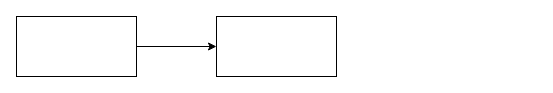
This is 未命名绘图.drawio from byte110/mypic, a draw.io file, before an edit. Source tidied: cells renumbered, new cells numbered last; positions are measured from the earlier drawing's top-left corner, leaving out a move shared by most shapes. Both pictures are drawn from the tidied source at 100%, with x=0, y=0 at pixel (16, 16).
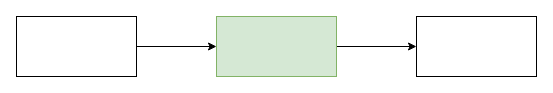
After the change.

Commit message:
更新未命名绘图.drawio

Change to the diagram source:
```diff
@@
 <mxGraphModel>
   <root>
     <mxCell id="0" />
     <mxCell id="1" parent="0" />
     <mxCell id="2" style="edgeStyle=orthogonalEdgeStyle;rounded=0;jettySize=auto;html=1;" parent="1" edge="1" source="3" target="4">
       <mxGeometry relative="1" as="geometry" />
     </mxCell>
     <mxCell id="3" style="rounded=0;whiteSpace=wrap;html=1;" parent="1" vertex="1">
       <mxGeometry width="120" height="60" as="geometry" />
     </mxCell>
+    <mxCell id="5" style="edgeStyle=orthogonalEdgeStyle;rounded=0;jettySize=auto;html=1;" parent="1" edge="1" source="4" target="6">
+      <mxGeometry relative="1" as="geometry" />
+    </mxCell>
-    <mxCell id="4" style="rounded=0;whiteSpace=wrap;html=1;" parent="1" vertex="1">
+    <mxCell id="4" style="rounded=0;whiteSpace=wrap;html=1;fillColor=#d5e8d4;strokeColor=#82b366;" parent="1" vertex="1">
       <mxGeometry x="200" width="120" height="60" as="geometry" />
     </mxCell>
+    <mxCell id="6" style="rounded=0;whiteSpace=wrap;html=1;" parent="1" vertex="1">
+      <mxGeometry x="400" width="120" height="60" as="geometry" />
+    </mxCell>
   </root>
 </mxGraphModel>
```
